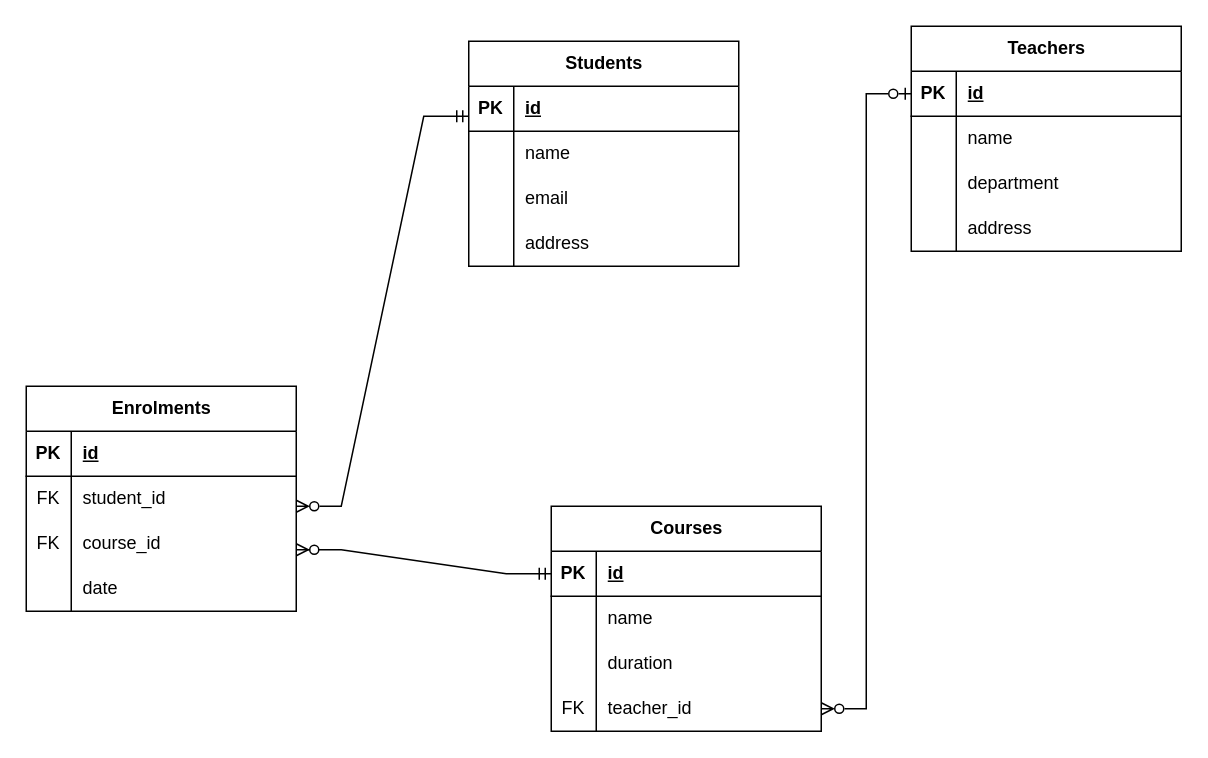
Before: lms.drawio in nurseincode/build-an-api, a draw.io diagram. Source tidied: cells renumbered, new cells numbered last; positions are measured from the earlier drawing's top-left corner, leaving out a move shared by most shapes. Both pictures are drawn from the tidied source at 150%, with x=0, y=0 at pixel (26, 26).
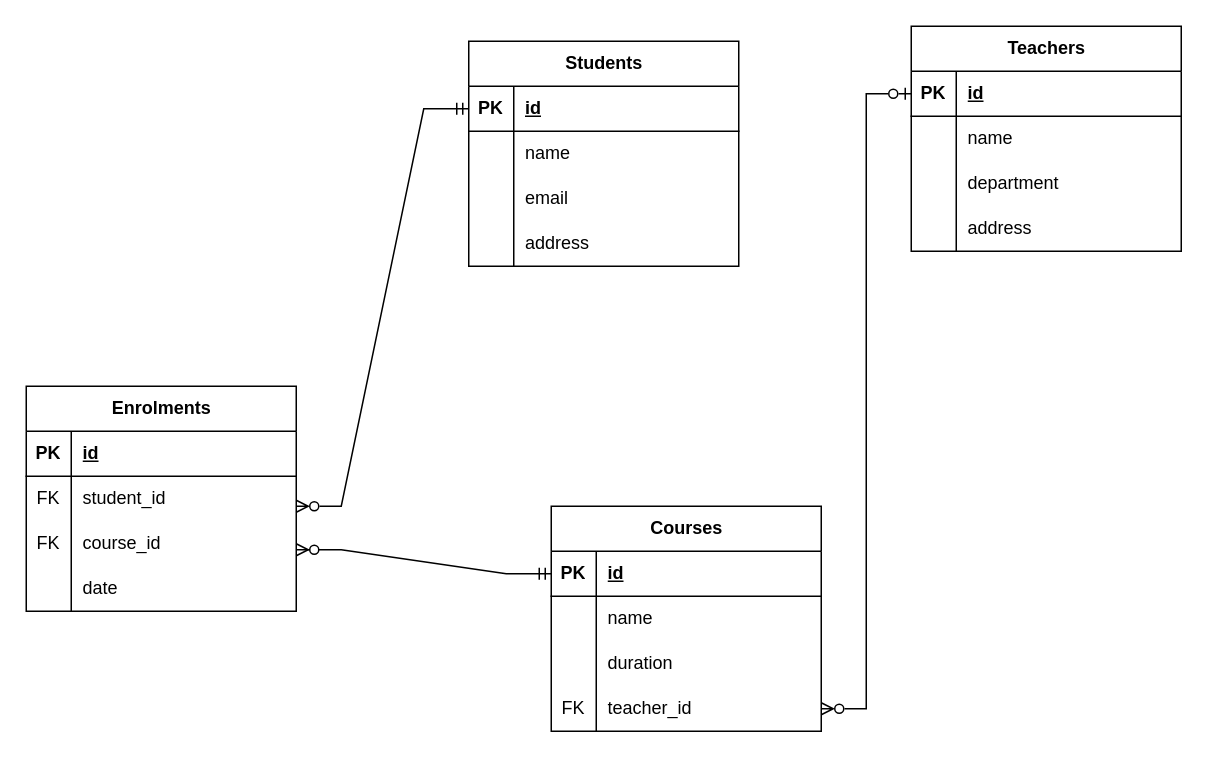
The same diagram, later.

The change refers to these unchanged cells:
```xml
<mxCell id="3" style="shape=tableRow;horizontal=0;startSize=0;swimlaneHead=0;swimlaneBody=0;fillColor=none;points=[[0,0.5],[1,0.5]];portConstraint=eastwest;top=0;left=0;right=0;bottom=1;" parent="2" vertex="1">
  <mxGeometry y="30" width="180" height="30" as="geometry" />
</mxCell>
```

The edit, as a diff of the source:
```diff
@@
-    <mxCell id="55" style="edgeStyle=entityRelationEdgeStyle;fontSize=12;html=1;endArrow=ERmandOne;startArrow=ERzeroToMany;rounded=0;startFill=0;endFill=0;exitX=1;exitY=0.5;exitDx=0;exitDy=0;entryX=0;entryY=0.5;entryDx=0;entryDy=0;" parent="1" edge="1">
+    <mxCell id="55" style="edgeStyle=entityRelationEdgeStyle;fontSize=12;html=1;endArrow=ERmandOne;startArrow=ERzeroToMany;rounded=0;startFill=0;endFill=0;exitX=1;exitY=0.5;exitDx=0;exitDy=0;entryX=0;entryY=0.5;entryDx=0;entryDy=0;" parent="1" edge="1" target="3">
       <mxGeometry relative="1" as="geometry">
         <mxPoint x="180" y="320" as="sourcePoint" />
-        <mxPoint x="295" y="60" as="targetPoint" />
       </mxGeometry>
     </mxCell>
```
